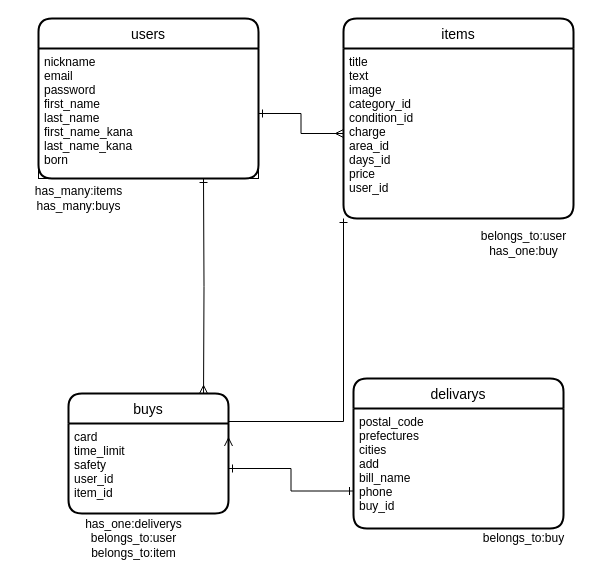
Above: furima.dio in tkzwrk/furima-31033 (draw.io), before the change. Source tidied: cells renumbered, new cells numbered last; positions are measured from the earlier drawing's top-left corner, leaving out a move shared by most shapes. Both pictures are drawn from the tidied source at 100%, with x=0, y=0 at pixel (28, 18).
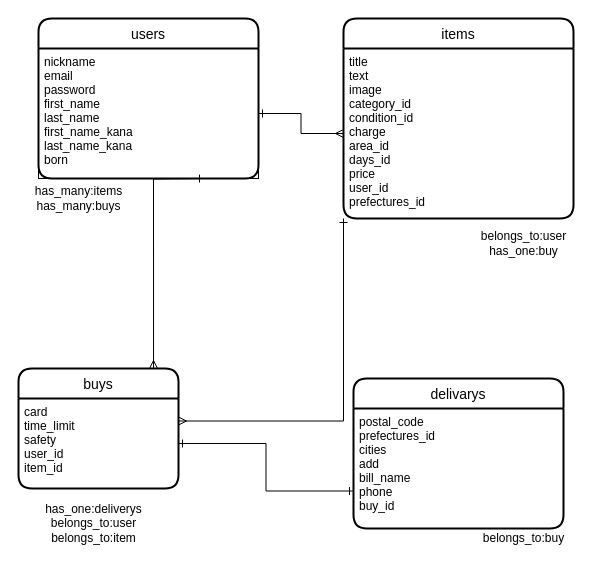
After the change.

What changed in the source:
```diff
@@
 <mxGraphModel>
   <root>
     <mxCell id="0" />
     <mxCell id="1" parent="0" />
     <mxCell id="2" value="belongs_to:user&lt;br&gt;has_one:buy" style="text;html=1;align=center;verticalAlign=middle;" parent="1" vertex="1">
       <mxGeometry x="445" y="210" width="100" height="30" as="geometry" />
     </mxCell>
     <mxCell id="3" style="edgeStyle=orthogonalEdgeStyle;rounded=0;jettySize=auto;html=1;startArrow=ERone;startFill=0;endArrow=ERmany;endFill=0;" parent="1" edge="1" source="12" target="10">
       <mxGeometry relative="1" as="geometry" />
     </mxCell>
     <mxCell id="4" value="has_one:deliverys&lt;br&gt;belongs_to:user&lt;br&gt;belongs_to:item" style="text;html=1;align=center;verticalAlign=middle;" parent="1" vertex="1">
-      <mxGeometry x="50" y="495" width="110" height="50" as="geometry" />
+      <mxGeometry x="10" y="480" width="110" height="50" as="geometry" />
     </mxCell>
     <mxCell id="5" value="belongs_to:buy" style="text;html=1;align=center;verticalAlign=middle;" parent="1" vertex="1">
       <mxGeometry x="445" y="510" width="100" height="20" as="geometry" />
     </mxCell>
     <mxCell id="6" style="edgeStyle=orthogonalEdgeStyle;rounded=0;jettySize=auto;html=1;exitX=0;exitY=1;exitDx=0;exitDy=0;entryX=1;entryY=0.25;entryDx=0;entryDy=0;startArrow=ERone;startFill=0;endArrow=ERmany;endFill=0;" parent="1" edge="1" source="10" target="17">
       <mxGeometry relative="1" as="geometry">
         <Array as="points">
           <mxPoint x="315" y="403" />
         </Array>
       </mxGeometry>
     </mxCell>
     <mxCell id="7" style="edgeStyle=orthogonalEdgeStyle;rounded=0;jettySize=auto;html=1;exitX=0.75;exitY=1;exitDx=0;exitDy=0;entryX=0.844;entryY=0;entryDx=0;entryDy=0;entryPerimeter=0;startArrow=ERone;startFill=0;endArrow=ERmany;endFill=0;" parent="1" edge="1" target="16">
       <mxGeometry relative="1" as="geometry">
         <mxPoint x="175" y="160" as="sourcePoint" />
       </mxGeometry>
     </mxCell>
     <mxCell id="8" style="edgeStyle=orthogonalEdgeStyle;rounded=0;jettySize=auto;html=1;exitX=1;exitY=0.5;exitDx=0;exitDy=0;entryX=0;entryY=0.75;entryDx=0;entryDy=0;startArrow=ERone;startFill=0;endArrow=ERone;endFill=0;" parent="1" edge="1" source="17" target="14">
       <mxGeometry relative="1" as="geometry" />
     </mxCell>
     <mxCell id="9" value="items" style="swimlane;horizontal=1;startSize=30;rounded=1;fontSize=14;fontStyle=0;strokeWidth=2;shadow=0;dashed=0;align=center;" parent="1" vertex="1">
       <mxGeometry x="315" width="230" height="200" as="geometry" />
     </mxCell>
-    <mxCell id="10" value="title&#10;text&#10;image&#10;category_id&#10;condition_id&#10;charge&#10;area_id&#10;days_id&#10;price&#10;user_id&#10;" style="align=left;strokeColor=none;fillColor=none;spacingLeft=4;fontSize=12;verticalAlign=top;" parent="9" vertex="1">
+    <mxCell id="10" value="title&#10;text&#10;image&#10;category_id&#10;condition_id&#10;charge&#10;area_id&#10;days_id&#10;price&#10;user_id&#10;prefectures_id&#10;" style="align=left;strokeColor=none;fillColor=none;spacingLeft=4;fontSize=12;verticalAlign=top;" parent="9" vertex="1">
       <mxGeometry y="30" width="230" height="170" as="geometry" />
     </mxCell>
     <mxCell id="11" value="users" style="swimlane;horizontal=1;startSize=30;rounded=1;fontSize=14;fontStyle=0;strokeWidth=2;shadow=0;dashed=0;align=center;" parent="1" vertex="1">
       <mxGeometry x="10" width="220" height="160" as="geometry" />
     </mxCell>
     <mxCell id="12" value="nickname&#10;email&#10;password&#10;first_name&#10;last_name&#10;first_name_kana&#10;last_name_kana&#10;born" style="align=left;fillColor=none;spacingLeft=4;fontSize=12;verticalAlign=top;" parent="11" vertex="1">
       <mxGeometry y="30" width="220" height="130" as="geometry" />
     </mxCell>
     <mxCell id="13" value="has_many:items&lt;br&gt;has_many:buys" style="text;html=1;align=center;verticalAlign=middle;" parent="1" vertex="1">
       <mxGeometry y="165" width="100" height="30" as="geometry" />
     </mxCell>
     <mxCell id="14" value="delivarys" style="swimlane;horizontal=1;startSize=30;rounded=1;fontSize=14;fontStyle=0;strokeWidth=2;shadow=0;dashed=0;align=center;" parent="1" vertex="1">
       <mxGeometry x="325" y="360" width="210" height="150" as="geometry" />
     </mxCell>
-    <mxCell id="15" value="postal_code&#10;prefectures&#10;cities&#10;add&#10;bill_name&#10;phone&#10;buy_id" style="align=left;strokeColor=none;fillColor=none;spacingLeft=4;fontSize=12;verticalAlign=top;" parent="14" vertex="1">
+    <mxCell id="15" value="postal_code&#10;prefectures_id&#10;cities&#10;add&#10;bill_name&#10;phone&#10;buy_id" style="align=left;strokeColor=none;fillColor=none;spacingLeft=4;fontSize=12;verticalAlign=top;" parent="14" vertex="1">
       <mxGeometry y="30" width="210" height="120" as="geometry" />
     </mxCell>
     <mxCell id="16" value="buys" style="swimlane;horizontal=1;startSize=30;rounded=1;fontSize=14;fontStyle=0;strokeWidth=2;shadow=0;dashed=0;align=center;" parent="1" vertex="1">
-      <mxGeometry x="40" y="375" width="160" height="120" as="geometry" />
+      <mxGeometry x="-10" y="350" width="160" height="120" as="geometry" />
     </mxCell>
     <mxCell id="17" value="card&#10;time_limit&#10;safety&#10;user_id&#10;item_id" style="align=left;strokeColor=none;fillColor=none;spacingLeft=4;fontSize=12;verticalAlign=top;" parent="16" vertex="1">
       <mxGeometry y="30" width="160" height="90" as="geometry" />
     </mxCell>
   </root>
 </mxGraphModel>
```
